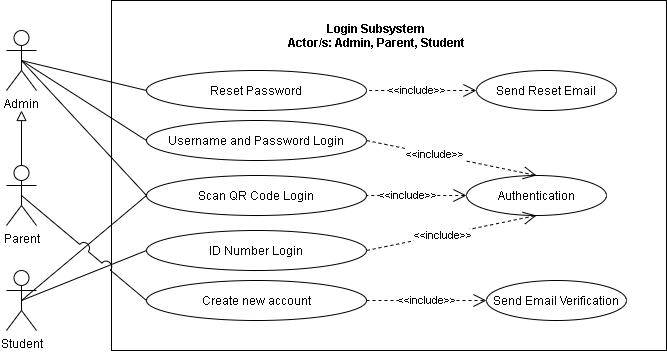
The draw.io diagram REVISIONS/UML-DIAGRAMS/6-9-2021/USE CASE/Diagram-LOG IN.png in mrklglsn/CAPSTONE-FILES, before a commit. Source tidied: cells renumbered, new cells last; positions are measured from the earlier drawing's top-left corner, leaving out a move shared by most shapes.
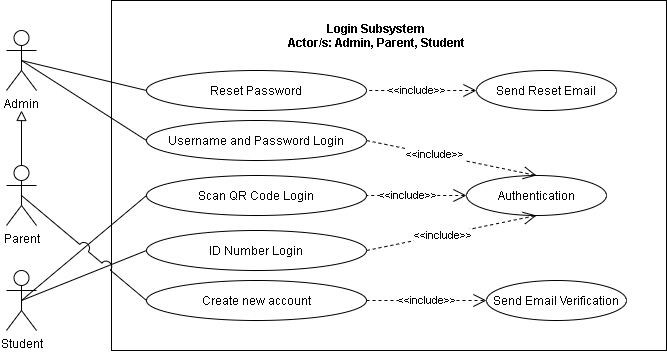
The same diagram one commit later.

What changed in the source:
```diff
@@ -8,9 +8,6 @@
     <mxCell id="3" style="rounded=0;jumpStyle=arc;jumpSize=14;jettySize=auto;html=1;exitX=0.5;exitY=0.5;exitDx=0;exitDy=0;exitPerimeter=0;entryX=0;entryY=0.5;entryDx=0;entryDy=0;startArrow=none;startFill=0;endArrow=none;endFill=0;startSize=11;endSize=11;" parent="1" edge="1" source="6" target="7">
       <mxGeometry relative="1" as="geometry" />
     </mxCell>
-    <mxCell id="4" style="edgeStyle=none;rounded=0;jumpStyle=arc;jumpSize=14;jettySize=auto;html=1;exitX=0.5;exitY=0.5;exitDx=0;exitDy=0;exitPerimeter=0;entryX=0;entryY=0.5;entryDx=0;entryDy=0;startArrow=none;startFill=0;endArrow=none;endFill=0;startSize=11;endSize=11;" parent="1" edge="1" source="6" target="15">
-      <mxGeometry relative="1" as="geometry" />
-    </mxCell>
     <mxCell id="5" style="edgeStyle=none;rounded=0;jumpStyle=arc;jumpSize=14;jettySize=auto;html=1;exitX=0.5;exitY=0.5;exitDx=0;exitDy=0;exitPerimeter=0;entryX=0;entryY=0.5;entryDx=0;entryDy=0;startArrow=none;startFill=0;endArrow=none;endFill=0;startSize=11;endSize=11;" parent="1" edge="1" source="6" target="20">
       <mxGeometry relative="1" as="geometry" />
     </mxCell>
```
